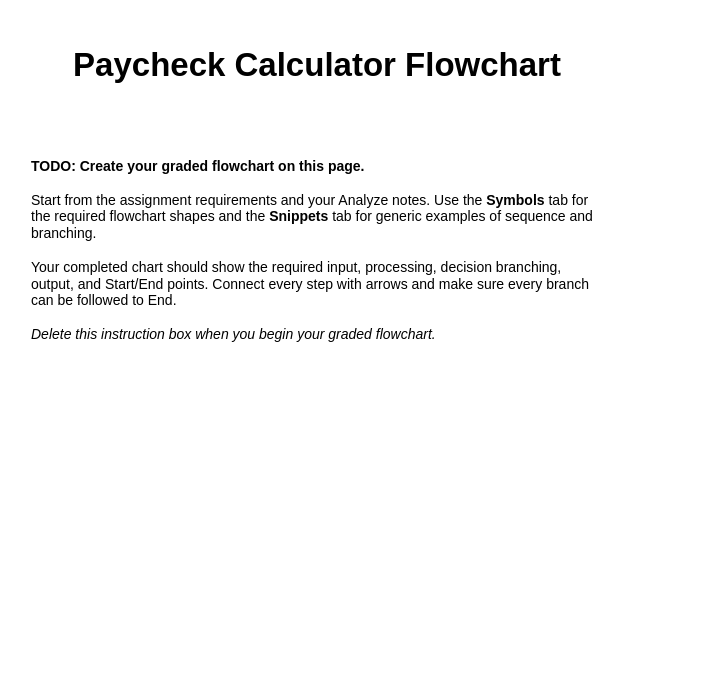
rahnieural/it140-m3-assignment keeps this draw.io diagram as page "Paycheck Calculator" (1 of 5) of design/paycheck_calculator.drawio. Above is the earlier version. Source tidied: cells renumbered, new cells numbered last; positions are measured from the earlier drawing's top-left corner, leaving out a move shared by most shapes. Both pictures are drawn from the tidied source at 100%, with x=0, y=0 at pixel (17, 29).
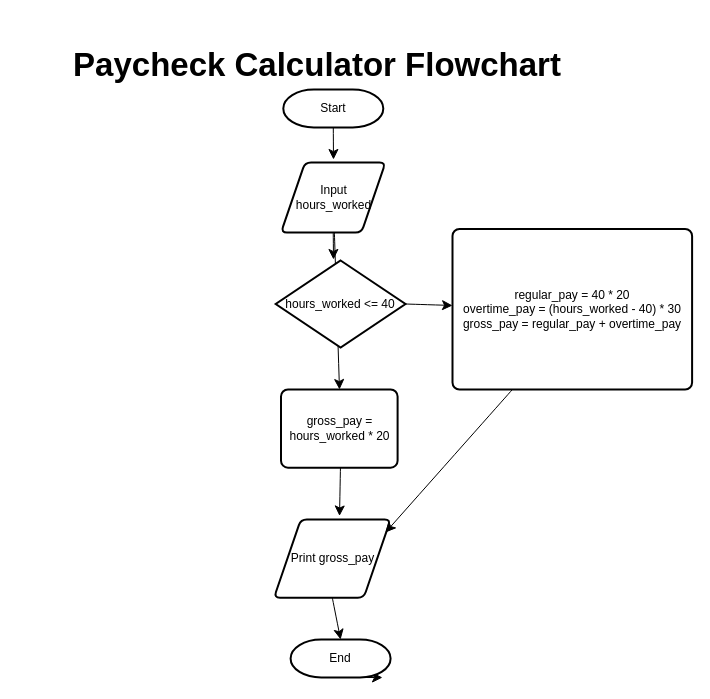
The same page after the edit.

Commit message (it also covers changes not shown here):
Complete Module 3 flowchart and pseudocode assignment

The edit, as a diff of the source:
```diff
@@
-    <mxCell id="3" value="&lt;b&gt;TODO: Create your graded flowchart on this page.&lt;/b&gt;&lt;br&gt;&lt;br&gt;Start from the assignment requirements and your Analyze notes. Use the &lt;b&gt;Symbols&lt;/b&gt; tab for the required flowchart shapes and the &lt;b&gt;Snippets&lt;/b&gt; tab for generic examples of sequence and branching.&lt;br&gt;&lt;br&gt;Your completed chart should show the required input, processing, decision branching, output, and Start/End points. Connect every step with arrows and make sure every branch can be followed to End.&lt;br&gt;&lt;br&gt;&lt;i&gt;Delete this instruction box when you begin your graded flowchart.&lt;/i&gt;" style="text;html=1;align=left;verticalAlign=top;whiteSpace=wrap;rounded=1;strokeWidth=1;spacing=14;fontSize=14;" parent="1" vertex="1">
-      <mxGeometry y="110" width="600" height="330" as="geometry" />
-    </mxCell>
+    <mxCell id="4" style="edgeStyle=none;curved=1;rounded=0;jettySize=auto;html=1;exitX=0.5;exitY=1;exitDx=0;exitDy=0;exitPerimeter=0;fontSize=12;startSize=8;endSize=8;" parent="1" edge="1" source="5">
+      <mxGeometry relative="1" as="geometry">
+        <mxPoint x="316" y="130" as="targetPoint" />
+      </mxGeometry>
+    </mxCell>
+    <mxCell id="5" value="Start" style="strokeWidth=2;shape=mxgraph.flowchart.terminator;fontSize=12;whiteSpace=wrap;spacing=2;labelBackgroundColor=none;labelBorderColor=none;fontColor=default;html=1;" parent="1" vertex="1">
+      <mxGeometry x="265.8" y="60" width="100" height="38" as="geometry" />
+    </mxCell>
+    <mxCell id="6" style="edgeStyle=none;curved=1;rounded=0;jettySize=auto;html=1;fontSize=12;startSize=8;endSize=8;" parent="1" edge="1" source="8">
+      <mxGeometry relative="1" as="geometry">
+        <mxPoint x="322" y="360" as="targetPoint" />
+      </mxGeometry>
+    </mxCell>
+    <mxCell id="7" style="edgeStyle=none;curved=1;rounded=0;jettySize=auto;html=1;exitX=0.5;exitY=1;exitDx=0;exitDy=0;fontSize=12;startSize=8;endSize=8;" parent="1" edge="1" source="8">
+      <mxGeometry relative="1" as="geometry">
+        <mxPoint x="316" y="230" as="targetPoint" />
+      </mxGeometry>
+    </mxCell>
+    <mxCell id="8" value="Input hours_worked" style="shape=parallelogram;strokeWidth=2;perimeter=parallelogramPerimeter;rounded=1;arcSize=12;size=0.23;fontSize=12;whiteSpace=wrap;spacing=2;labelBackgroundColor=none;labelBorderColor=none;fontColor=default;html=1;" parent="1" vertex="1">
+      <mxGeometry x="263.5" y="133" width="104.5" height="70" as="geometry" />
+    </mxCell>
+    <mxCell id="9" style="edgeStyle=none;curved=1;rounded=0;jettySize=auto;html=1;exitX=1;exitY=0.5;exitDx=0;exitDy=0;exitPerimeter=0;fontSize=12;startSize=8;endSize=8;" parent="1" edge="1" source="10" target="16">
+      <mxGeometry relative="1" as="geometry" />
+    </mxCell>
+    <mxCell id="10" value="hours_worked &amp;lt;= 40" style="strokeWidth=2;shape=mxgraph.flowchart.decision;fontSize=12;whiteSpace=wrap;spacing=2;labelBackgroundColor=none;labelBorderColor=none;fontColor=default;html=1;" parent="1" vertex="1">
+      <mxGeometry x="258.2" y="231" width="129.8" height="87" as="geometry" />
+    </mxCell>
+    <mxCell id="11" value="Print gross_pay" style="shape=parallelogram;strokeWidth=2;perimeter=parallelogramPerimeter;rounded=1;arcSize=12;size=0.23;fontSize=12;whiteSpace=wrap;spacing=2;labelBackgroundColor=none;labelBorderColor=none;fontColor=default;html=1;" parent="1" vertex="1">
+      <mxGeometry x="256.5" y="490" width="116.6" height="78.2" as="geometry" />
+    </mxCell>
+    <mxCell id="12" style="edgeStyle=none;curved=1;rounded=0;jettySize=auto;html=1;exitX=0.5;exitY=1;exitDx=0;exitDy=0;exitPerimeter=0;fontSize=12;startSize=8;endSize=8;" parent="1" edge="1" source="13">
+      <mxGeometry relative="1" as="geometry">
+        <mxPoint x="365" y="648" as="targetPoint" />
+      </mxGeometry>
+    </mxCell>
+    <mxCell id="13" value="End" style="strokeWidth=2;shape=mxgraph.flowchart.terminator;fontSize=12;whiteSpace=wrap;spacing=2;labelBackgroundColor=none;labelBorderColor=none;fontColor=default;html=1;" parent="1" vertex="1">
+      <mxGeometry x="273.1" y="610" width="100" height="38" as="geometry" />
+    </mxCell>
+    <mxCell id="14" style="edgeStyle=none;curved=1;rounded=0;jettySize=auto;html=1;exitX=0.5;exitY=1;exitDx=0;exitDy=0;entryX=0.562;entryY=-0.045;entryDx=0;entryDy=0;entryPerimeter=0;fontSize=12;startSize=8;endSize=8;" parent="1" edge="1" target="11">
+      <mxGeometry relative="1" as="geometry">
+        <mxPoint x="323.1" y="430" as="sourcePoint" />
+      </mxGeometry>
+    </mxCell>
+    <mxCell id="15" style="edgeStyle=none;curved=1;rounded=0;jettySize=auto;html=1;exitX=0.5;exitY=1;exitDx=0;exitDy=0;entryX=0.5;entryY=0;entryDx=0;entryDy=0;entryPerimeter=0;fontSize=12;startSize=8;endSize=8;" parent="1" edge="1" source="11" target="13">
+      <mxGeometry relative="1" as="geometry" />
+    </mxCell>
+    <mxCell id="16" value="&lt;div&gt;regular_pay = 40 * 20&lt;/div&gt;&lt;div&gt;overtime_pay = (hours_worked - 40) * 30&lt;/div&gt;&lt;div&gt;gross_pay = regular_pay + overtime_pay&lt;/div&gt;" style="rounded=1;absoluteArcSize=1;arcSize=14;strokeWidth=2;fontSize=12;whiteSpace=wrap;spacing=2;labelBackgroundColor=none;labelBorderColor=none;fontColor=default;html=1;" parent="1" vertex="1">
+      <mxGeometry x="435" y="199.5" width="239.6" height="160.5" as="geometry" />
+    </mxCell>
+    <mxCell id="17" value="gross_pay = hours_worked * 20" style="rounded=1;absoluteArcSize=1;arcSize=14;strokeWidth=2;fontSize=12;whiteSpace=wrap;spacing=2;labelBackgroundColor=none;labelBorderColor=none;fontColor=default;html=1;" parent="1" vertex="1">
+      <mxGeometry x="263.5" y="360" width="116.6" height="78.2" as="geometry" />
+    </mxCell>
+    <mxCell id="18" style="edgeStyle=none;curved=1;rounded=0;jettySize=auto;html=1;exitX=0.25;exitY=1;exitDx=0;exitDy=0;entryX=0.956;entryY=0.166;entryDx=0;entryDy=0;entryPerimeter=0;fontSize=12;startSize=8;endSize=8;" parent="1" edge="1" source="16" target="11">
+      <mxGeometry relative="1" as="geometry" />
+    </mxCell>
```
